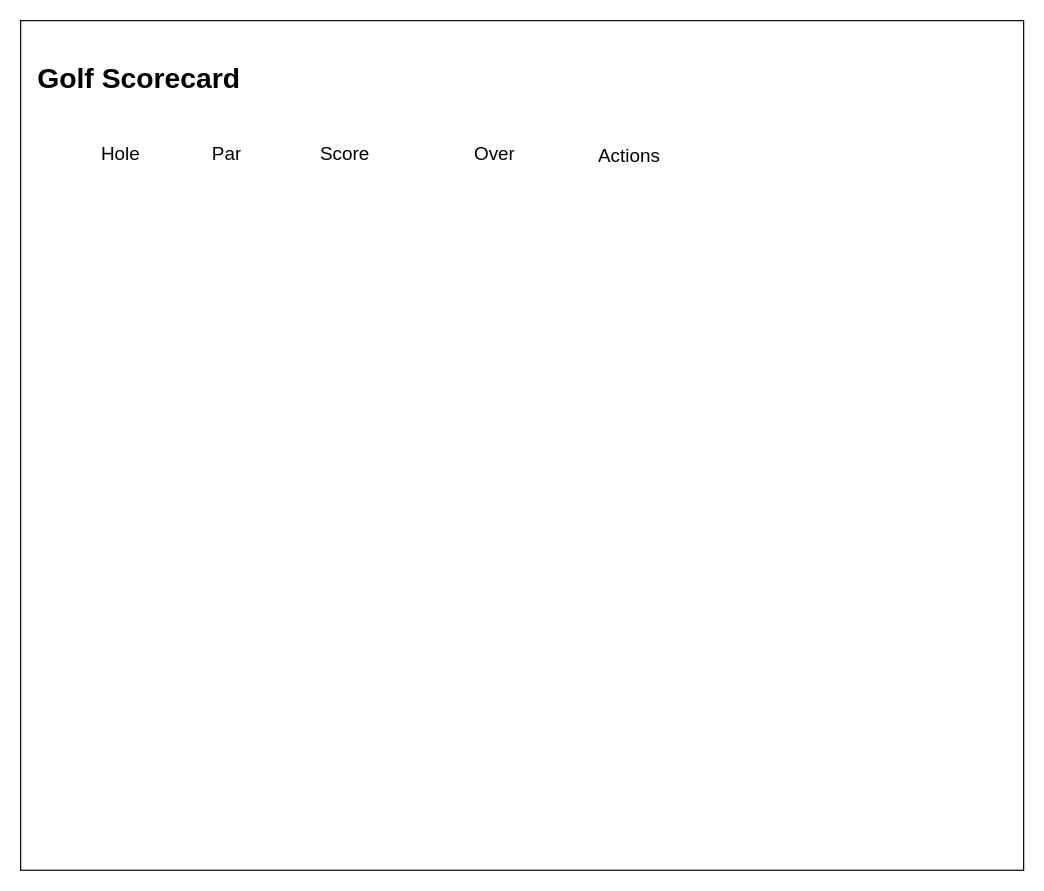
Before: images/Untitled Diagram.drawio in Ruseruu/Ruseruu.github.io, a draw.io diagram. Source tidied: cells renumbered, new cells numbered last; positions are measured from the earlier drawing's top-left corner, leaving out a move shared by most shapes. Both pictures are drawn from the tidied source at 118%, with x=0, y=0 at pixel (20, 20).
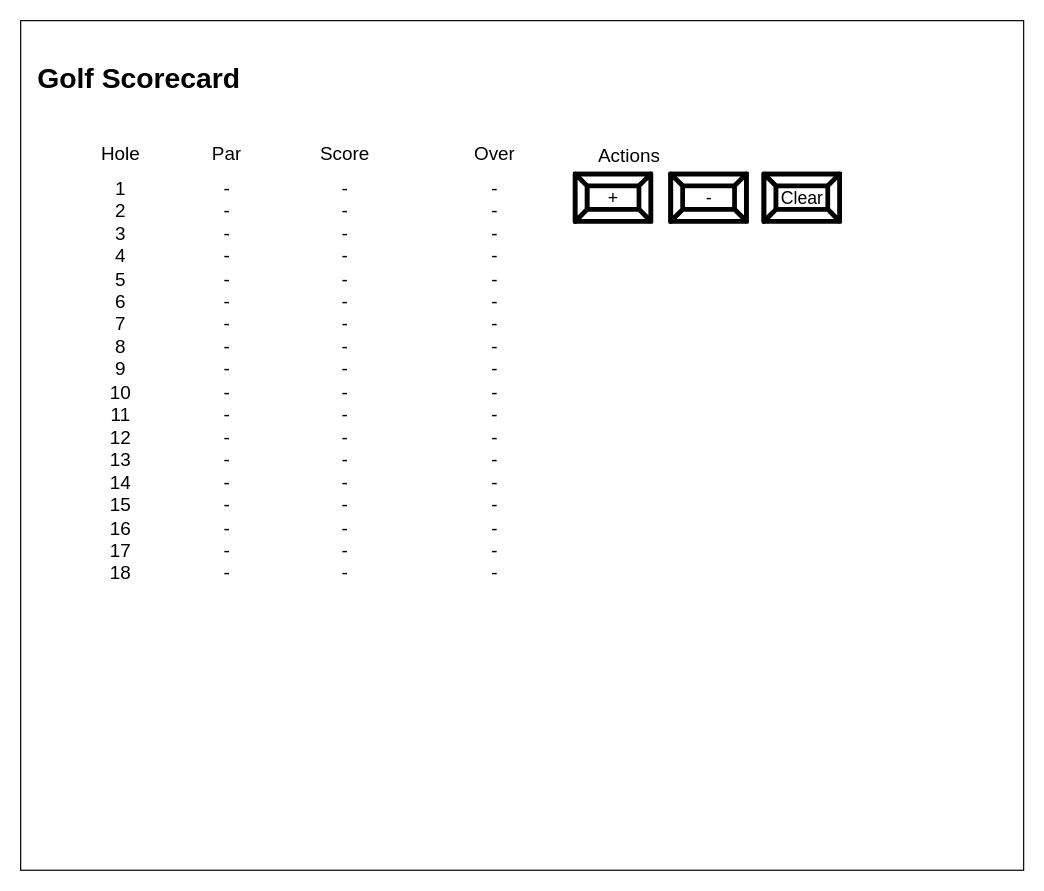
The same page after the edit.

The edit, as a diff of the source:
```diff
@@
 <mxGraphModel>
   <root>
     <mxCell id="0" />
     <mxCell id="1" parent="0" />
     <mxCell id="2" style="rounded=0;whiteSpace=wrap;html=1;" parent="1" vertex="1">
       <mxGeometry width="850" height="720" as="geometry" />
     </mxCell>
     <mxCell id="3" value="Golf Scorecard&lt;br&gt;" style="text;strokeColor=none;fillColor=none;html=1;fontSize=24;fontStyle=1;verticalAlign=middle;align=center;" parent="1" vertex="1">
       <mxGeometry x="50" y="30" width="100" height="40" as="geometry" />
     </mxCell>
     <mxCell id="4" value="&lt;font style=&quot;font-size: 16px&quot;&gt;Hole&lt;/font&gt;" style="text;html=1;strokeColor=none;fillColor=none;align=center;verticalAlign=middle;whiteSpace=wrap;overflow=hidden;" parent="1" vertex="1">
       <mxGeometry x="50" y="101" width="70" height="20" as="geometry" />
     </mxCell>
     <mxCell id="5" value="&lt;font style=&quot;font-size: 16px&quot;&gt;Par&lt;/font&gt;" style="text;html=1;strokeColor=none;fillColor=none;align=center;verticalAlign=middle;whiteSpace=wrap;overflow=hidden;" parent="1" vertex="1">
       <mxGeometry x="140" y="101" width="70" height="20" as="geometry" />
     </mxCell>
     <mxCell id="6" value="&lt;font style=&quot;font-size: 16px&quot;&gt;Score&lt;/font&gt;" style="text;html=1;strokeColor=none;fillColor=none;align=center;verticalAlign=middle;whiteSpace=wrap;overflow=hidden;" parent="1" vertex="1">
       <mxGeometry x="240" y="101" width="70" height="20" as="geometry" />
     </mxCell>
     <mxCell id="7" value="&lt;font style=&quot;font-size: 16px&quot;&gt;Over&lt;/font&gt;" style="text;html=1;strokeColor=none;fillColor=none;align=center;verticalAlign=middle;whiteSpace=wrap;overflow=hidden;" parent="1" vertex="1">
       <mxGeometry x="367" y="101" width="70" height="20" as="geometry" />
     </mxCell>
     <mxCell id="8" value="&lt;font style=&quot;font-size: 16px&quot;&gt;Actions&lt;/font&gt;" style="text;html=1;strokeColor=none;fillColor=none;align=center;verticalAlign=middle;whiteSpace=wrap;overflow=hidden;" parent="1" vertex="1">
       <mxGeometry x="481" y="102" width="70" height="20" as="geometry" />
     </mxCell>
+    <mxCell id="9" value="&lt;p style=&quot;line-height: 1.2&quot;&gt;1&lt;br&gt;2&lt;br&gt;3&lt;br&gt;4&lt;br&gt;5&lt;br&gt;6&lt;br&gt;7&lt;br&gt;8&lt;br&gt;9&lt;br&gt;10&lt;br&gt;11&lt;br&gt;12&lt;br&gt;13&lt;br&gt;14&lt;br&gt;15&lt;br&gt;16&lt;br&gt;17&lt;br&gt;18&lt;br&gt;&lt;/p&gt;" style="text;html=1;strokeColor=none;fillColor=none;align=center;verticalAlign=middle;whiteSpace=wrap;overflow=hidden;fontSize=16;strokeWidth=4;" parent="1" vertex="1">
+      <mxGeometry x="45" y="70" width="80" height="470" as="geometry" />
+    </mxCell>
+    <mxCell id="10" value="-&lt;br&gt;-&lt;br&gt;-&lt;br&gt;-&lt;br&gt;-&lt;br&gt;-&lt;br&gt;-&lt;br&gt;-&lt;br&gt;-&lt;br&gt;-&lt;br&gt;-&lt;br&gt;-&lt;br&gt;-&lt;br&gt;-&lt;br&gt;-&lt;br&gt;-&lt;br&gt;-&lt;br&gt;-" style="text;html=1;strokeColor=none;fillColor=none;align=center;verticalAlign=middle;whiteSpace=wrap;overflow=hidden;fontSize=16;strokeWidth=4;" parent="1" vertex="1">
+      <mxGeometry x="135" y="70" width="80" height="470" as="geometry" />
+    </mxCell>
+    <mxCell id="11" value="-&lt;br&gt;-&lt;br&gt;-&lt;br&gt;-&lt;br&gt;-&lt;br&gt;-&lt;br&gt;-&lt;br&gt;-&lt;br&gt;-&lt;br&gt;-&lt;br&gt;-&lt;br&gt;-&lt;br&gt;-&lt;br&gt;-&lt;br&gt;-&lt;br&gt;-&lt;br&gt;-&lt;br&gt;-" style="text;html=1;strokeColor=none;fillColor=none;align=center;verticalAlign=middle;whiteSpace=wrap;overflow=hidden;fontSize=16;strokeWidth=4;" parent="1" vertex="1">
+      <mxGeometry x="235" y="70" width="80" height="470" as="geometry" />
+    </mxCell>
+    <mxCell id="12" value="-&lt;br&gt;-&lt;br&gt;-&lt;br&gt;-&lt;br&gt;-&lt;br&gt;-&lt;br&gt;-&lt;br&gt;-&lt;br&gt;-&lt;br&gt;-&lt;br&gt;-&lt;br&gt;-&lt;br&gt;-&lt;br&gt;-&lt;br&gt;-&lt;br&gt;-&lt;br&gt;-&lt;br&gt;-" style="text;html=1;strokeColor=none;fillColor=none;align=center;verticalAlign=middle;whiteSpace=wrap;overflow=hidden;fontSize=16;strokeWidth=4;" parent="1" vertex="1">
+      <mxGeometry x="362" y="70" width="80" height="470" as="geometry" />
+    </mxCell>
+    <mxCell id="13" value="+" style="labelPosition=center;verticalLabelPosition=middle;align=center;html=1;shape=mxgraph.basic.button;dx=10;fontSize=15;strokeWidth=4;" parent="1" vertex="1">
+      <mxGeometry x="470" y="130" width="64" height="40" as="geometry" />
+    </mxCell>
+    <mxCell id="14" value="-" style="labelPosition=center;verticalLabelPosition=middle;align=center;html=1;shape=mxgraph.basic.button;dx=10;fontSize=15;strokeWidth=4;" parent="1" vertex="1">
+      <mxGeometry x="551" y="130" width="64" height="40" as="geometry" />
+    </mxCell>
+    <mxCell id="15" value="Clear" style="labelPosition=center;verticalLabelPosition=middle;align=center;html=1;shape=mxgraph.basic.button;dx=10;fontSize=15;strokeWidth=4;" parent="1" vertex="1">
+      <mxGeometry x="630" y="130" width="64" height="40" as="geometry" />
+    </mxCell>
   </root>
 </mxGraphModel>
```
